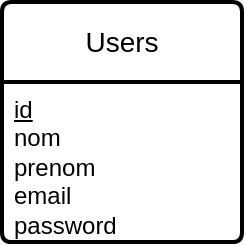
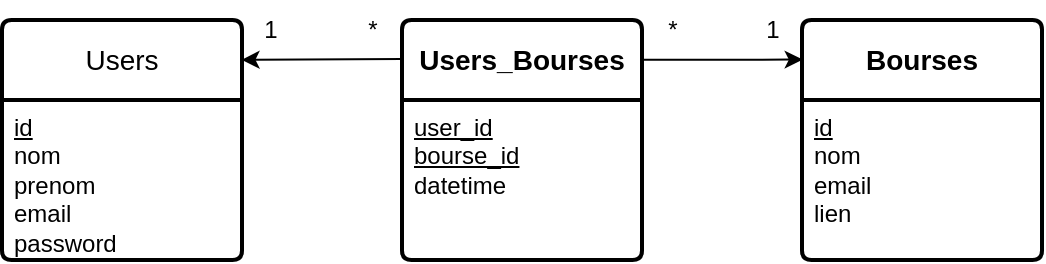
<mxfile host="65bd71144e">
    <diagram name="Page-1" id="EesvXbKpgtaYb4KOUyHo">
-         <mxGraphModel dx="1032" dy="505" grid="1" gridSize="10" guides="1" tooltips="1" connect="1" arrows="1" fold="1" page="1" pageScale="1" pageWidth="827" pageHeight="1169" math="0" shadow="0">
+         <mxGraphModel dx="1567" dy="632" grid="1" gridSize="10" guides="1" tooltips="1" connect="1" arrows="1" fold="1" page="1" pageScale="1" pageWidth="827" pageHeight="1169" math="0" shadow="0">
            <root>
                <mxCell id="0"/>
                <mxCell id="1" parent="0"/>
                <mxCell id="f1VB9fKyXwVh6_RhOfSf-1" value="Users" style="swimlane;childLayout=stackLayout;horizontal=1;startSize=40;horizontalStack=0;rounded=1;fontSize=14;fontStyle=0;strokeWidth=2;resizeParent=0;resizeLast=1;shadow=0;dashed=0;align=center;arcSize=4;whiteSpace=wrap;html=1;swimlaneFillColor=default;" parent="1" vertex="1">
-                     <mxGeometry x="280" y="240" width="120" height="120" as="geometry"/>
+                     <mxGeometry x="50" y="160" width="120" height="120" as="geometry"/>
                </mxCell>
                <mxCell id="f1VB9fKyXwVh6_RhOfSf-2" value="&lt;u&gt;id&lt;/u&gt;&lt;div&gt;nom&lt;/div&gt;&lt;div&gt;prenom&lt;/div&gt;&lt;div&gt;email&lt;/div&gt;&lt;div&gt;password&lt;/div&gt;" style="align=left;strokeColor=none;fillColor=none;spacingLeft=4;spacingRight=4;fontSize=12;verticalAlign=top;resizable=0;rotatable=0;part=1;html=1;whiteSpace=wrap;" parent="f1VB9fKyXwVh6_RhOfSf-1" vertex="1">
                    <mxGeometry y="40" width="120" height="80" as="geometry"/>
+                 </mxCell>
+                 <mxCell id="2" value="Bourses" style="swimlane;childLayout=stackLayout;horizontal=1;startSize=40;horizontalStack=0;rounded=1;fontSize=14;fontStyle=1;strokeWidth=2;resizeParent=0;resizeLast=1;shadow=0;dashed=0;align=center;arcSize=4;whiteSpace=wrap;html=1;swimlaneFillColor=default;" vertex="1" parent="1">
+                     <mxGeometry x="450" y="160" width="120" height="120" as="geometry"/>
+                 </mxCell>
+                 <mxCell id="3" value="&lt;u&gt;id&lt;/u&gt;&lt;div&gt;nom&lt;/div&gt;&lt;div&gt;email&lt;/div&gt;&lt;div&gt;lien&lt;/div&gt;" style="align=left;strokeColor=none;fillColor=none;spacingLeft=4;spacingRight=4;fontSize=12;verticalAlign=top;resizable=0;rotatable=0;part=1;html=1;whiteSpace=wrap;" vertex="1" parent="2">
+                     <mxGeometry y="40" width="120" height="80" as="geometry"/>
+                 </mxCell>
+                 <mxCell id="4" value="Users_Bourses" style="swimlane;childLayout=stackLayout;horizontal=1;startSize=40;horizontalStack=0;rounded=1;fontSize=14;fontStyle=1;strokeWidth=2;resizeParent=0;resizeLast=1;shadow=0;dashed=0;align=center;arcSize=4;whiteSpace=wrap;html=1;swimlaneFillColor=default;" vertex="1" parent="1">
+                     <mxGeometry x="250" y="160" width="120" height="120" as="geometry"/>
+                 </mxCell>
+                 <mxCell id="5" value="&lt;u&gt;user_id&lt;/u&gt;&lt;div&gt;&lt;u&gt;bourse_id&lt;/u&gt;&lt;/div&gt;&lt;div&gt;datetime&lt;/div&gt;" style="align=left;strokeColor=none;fillColor=none;spacingLeft=4;spacingRight=4;fontSize=12;verticalAlign=top;resizable=0;rotatable=0;part=1;html=1;whiteSpace=wrap;" vertex="1" parent="4">
+                     <mxGeometry y="40" width="120" height="80" as="geometry"/>
+                 </mxCell>
+                 <mxCell id="6" style="edgeStyle=none;html=1;entryX=0.998;entryY=0.166;entryDx=0;entryDy=0;entryPerimeter=0;exitX=0;exitY=0.162;exitDx=0;exitDy=0;exitPerimeter=0;" edge="1" parent="1" source="4" target="f1VB9fKyXwVh6_RhOfSf-1">
+                     <mxGeometry relative="1" as="geometry"/>
+                 </mxCell>
+                 <mxCell id="7" style="edgeStyle=none;html=1;entryX=0.003;entryY=0.165;entryDx=0;entryDy=0;entryPerimeter=0;exitX=0.998;exitY=0.166;exitDx=0;exitDy=0;exitPerimeter=0;" edge="1" parent="1" source="4" target="2">
+                     <mxGeometry relative="1" as="geometry"/>
+                 </mxCell>
+                 <mxCell id="8" value="1" style="text;html=1;align=center;verticalAlign=middle;resizable=0;points=[];autosize=1;strokeColor=none;fillColor=none;" vertex="1" parent="1">
+                     <mxGeometry x="169" y="150" width="30" height="30" as="geometry"/>
+                 </mxCell>
+                 <mxCell id="9" value="*" style="text;html=1;align=center;verticalAlign=middle;resizable=0;points=[];autosize=1;strokeColor=none;fillColor=none;" vertex="1" parent="1">
+                     <mxGeometry x="220" y="150" width="30" height="30" as="geometry"/>
+                 </mxCell>
+                 <mxCell id="10" value="*" style="text;html=1;align=center;verticalAlign=middle;resizable=0;points=[];autosize=1;strokeColor=none;fillColor=none;" vertex="1" parent="1">
+                     <mxGeometry x="370" y="150" width="30" height="30" as="geometry"/>
+                 </mxCell>
+                 <mxCell id="11" value="1" style="text;html=1;align=center;verticalAlign=middle;resizable=0;points=[];autosize=1;strokeColor=none;fillColor=none;" vertex="1" parent="1">
+                     <mxGeometry x="420" y="150" width="30" height="30" as="geometry"/>
                </mxCell>
            </root>
        </mxGraphModel>
    </diagram>
</mxfile>